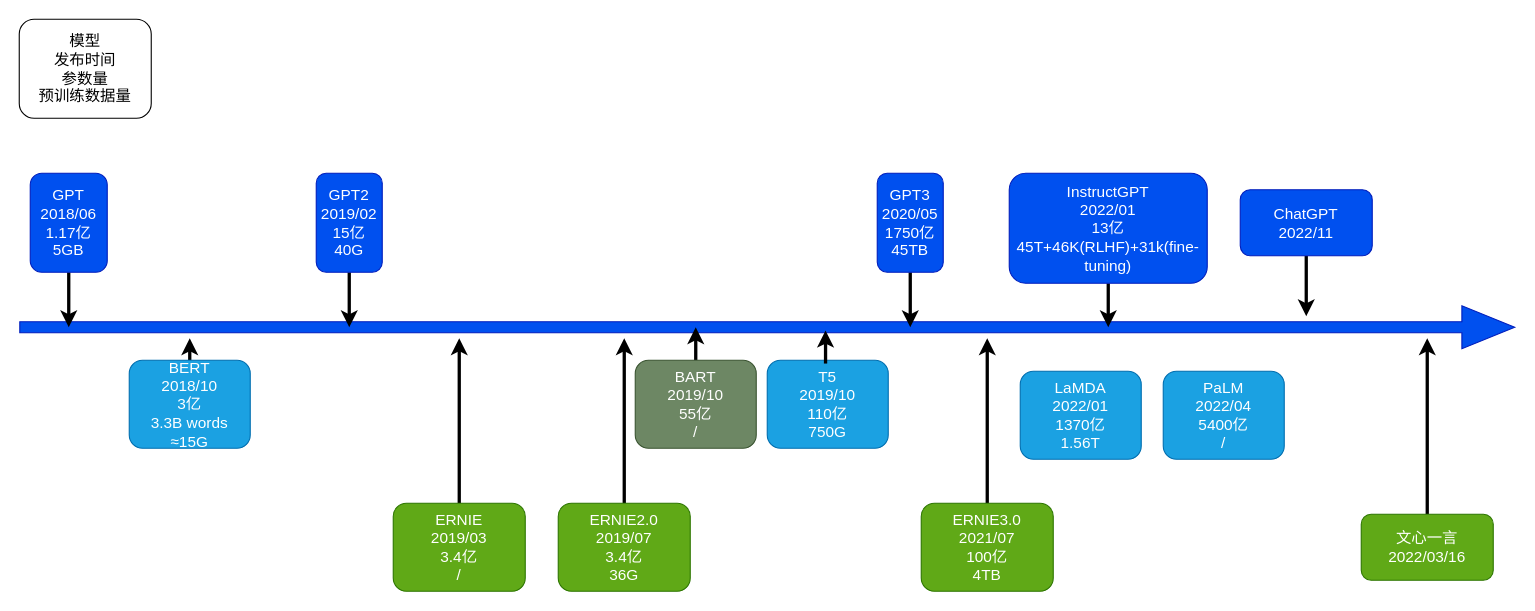
This is 未命名绘图.drawio from hengxingtx/draw_pic, a draw.io file, before an edit. Source tidied: cells renumbered, new cells numbered last; positions are measured from the earlier drawing's top-left corner, leaving out a move shared by most shapes. Both pictures are drawn from the tidied source at 110%, with x=0, y=0 at pixel (19, 19).
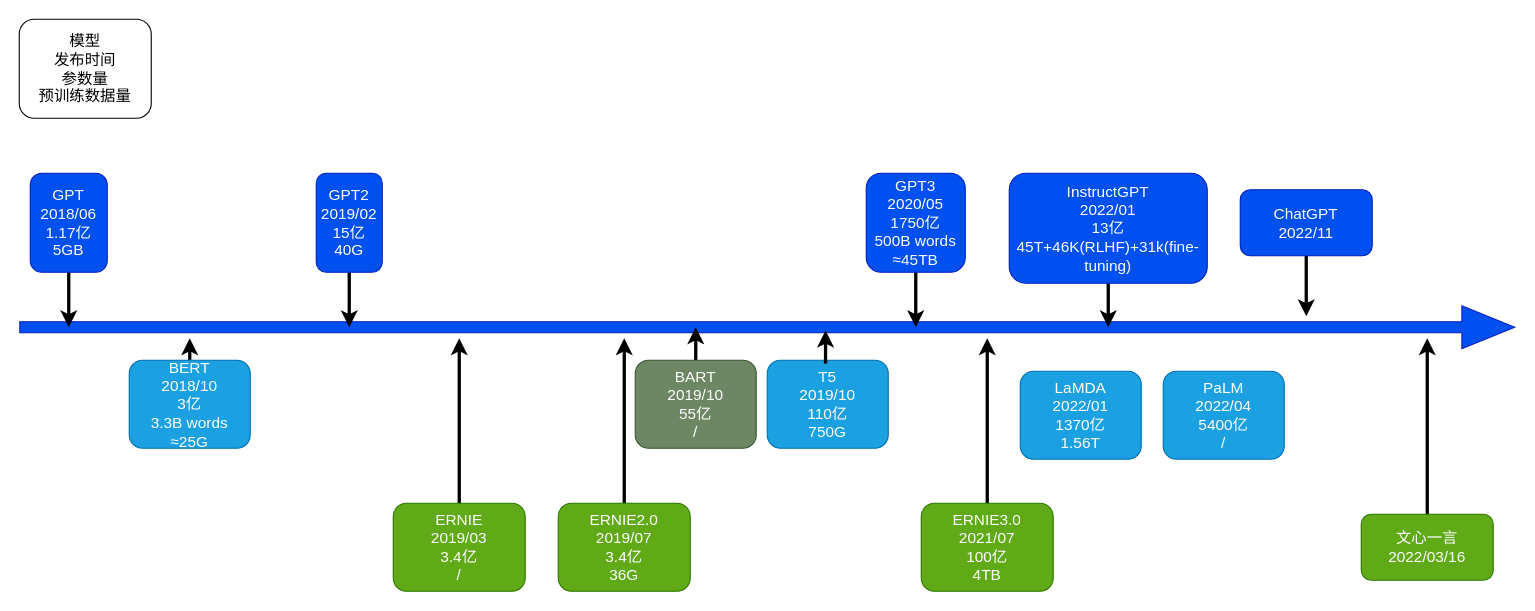
After the change.

Commit message:
更新未命名绘图.drawio

The edit, as a diff of the source:
```diff
@@
-    <mxCell id="11" style="edgeStyle=orthogonalEdgeStyle;rounded=0;jettySize=auto;html=1;strokeWidth=3;fontSize=14;" parent="1" edge="1" source="12">
-      <mxGeometry relative="1" as="geometry">
-        <mxPoint x="810" y="280" as="targetPoint" />
-      </mxGeometry>
-    </mxCell>
+    <mxCell id="30" style="edgeStyle=orthogonalEdgeStyle;rounded=0;jettySize=auto;html=1;strokeWidth=3;fontSize=14;" parent="1" edge="1" source="12">
+      <mxGeometry relative="1" as="geometry">
+        <mxPoint x="815" y="280" as="targetPoint" />
+      </mxGeometry>
+    </mxCell>
-    <mxCell id="12" value="GPT3&lt;br style=&quot;font-size: 14px;&quot;&gt;2020/05&lt;br style=&quot;font-size: 14px;&quot;&gt;1750亿&lt;br style=&quot;font-size: 14px;&quot;&gt;45TB" style="rounded=1;whiteSpace=wrap;html=1;fontSize=14;fillColor=#0050ef;fontColor=#ffffff;strokeColor=#001DBC;" parent="1" vertex="1">
-      <mxGeometry x="780" y="140" width="60" height="90" as="geometry" />
+    <mxCell id="12" value="GPT3&lt;br style=&quot;font-size: 14px;&quot;&gt;2020/05&lt;br style=&quot;font-size: 14px;&quot;&gt;1750亿&lt;br style=&quot;font-size: 14px;&quot;&gt;500B words ≈45TB" style="rounded=1;whiteSpace=wrap;html=1;fontSize=14;fillColor=#0050ef;fontColor=#ffffff;strokeColor=#001DBC;" parent="1" vertex="1">
+      <mxGeometry x="770" y="140" width="90" height="90" as="geometry" />
     </mxCell>
@@
-    <mxCell id="14" value="BERT&lt;br style=&quot;font-size: 14px;&quot;&gt;2018/10&lt;br style=&quot;font-size: 14px;&quot;&gt;3亿&lt;br style=&quot;font-size: 14px;&quot;&gt;3.3B words ≈15G" style="rounded=1;whiteSpace=wrap;html=1;fontSize=14;fillColor=#1ba1e2;fontColor=#ffffff;strokeColor=#006EAF;" parent="1" vertex="1">
+    <mxCell id="14" value="BERT&lt;br style=&quot;font-size: 14px;&quot;&gt;2018/10&lt;br style=&quot;font-size: 14px;&quot;&gt;3亿&lt;br style=&quot;font-size: 14px;&quot;&gt;3.3B words ≈25G" style="rounded=1;whiteSpace=wrap;html=1;fontSize=14;fillColor=#1ba1e2;fontColor=#ffffff;strokeColor=#006EAF;" parent="1" vertex="1">
       <mxGeometry x="100" y="310" width="110" height="80" as="geometry" />
     </mxCell>
```
